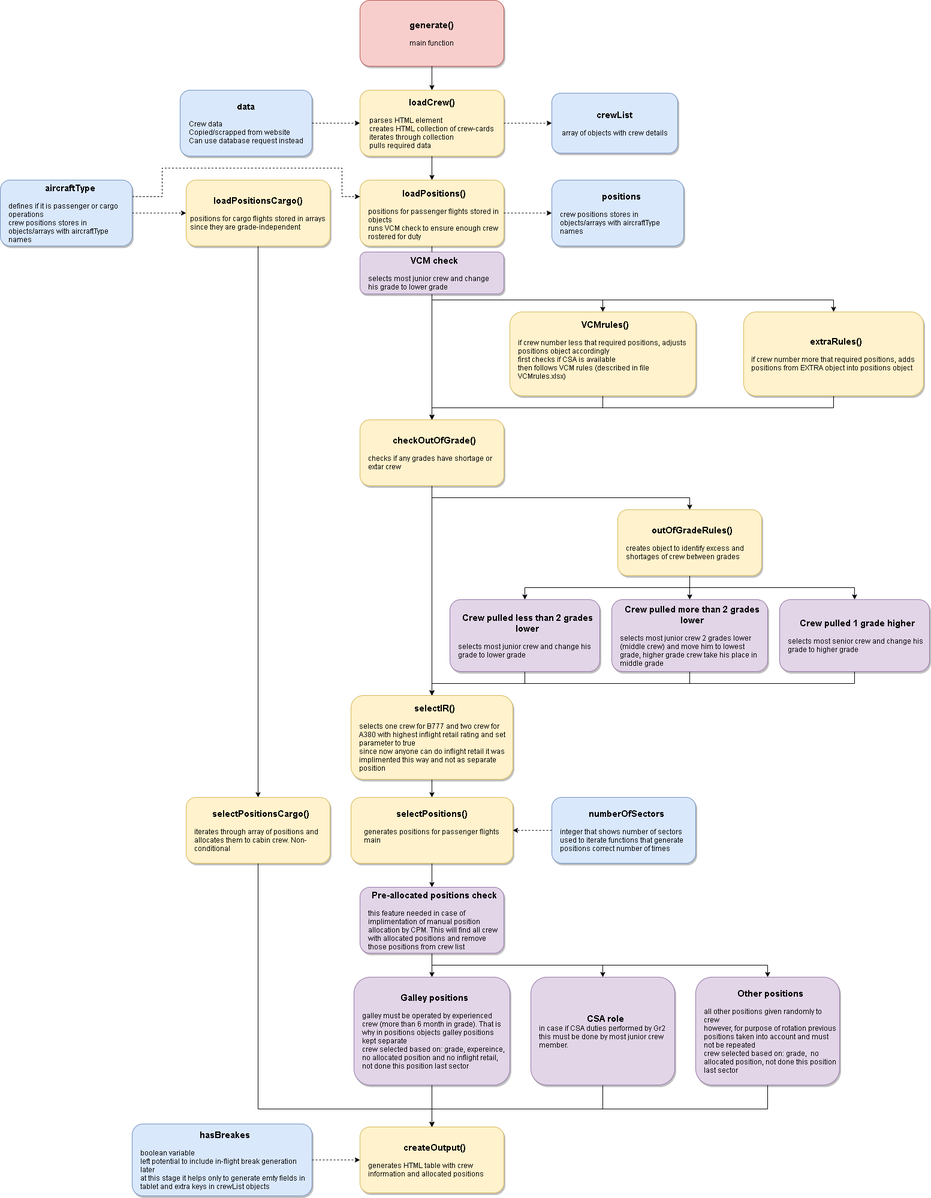
nevtemu/crew-positions keeps this draw.io diagram as src/algorithm.png. Above is the earlier version. Source tidied: cells renumbered, new cells last; positions are measured from the earlier drawing's top-left corner, leaving out a move shared by most shapes.
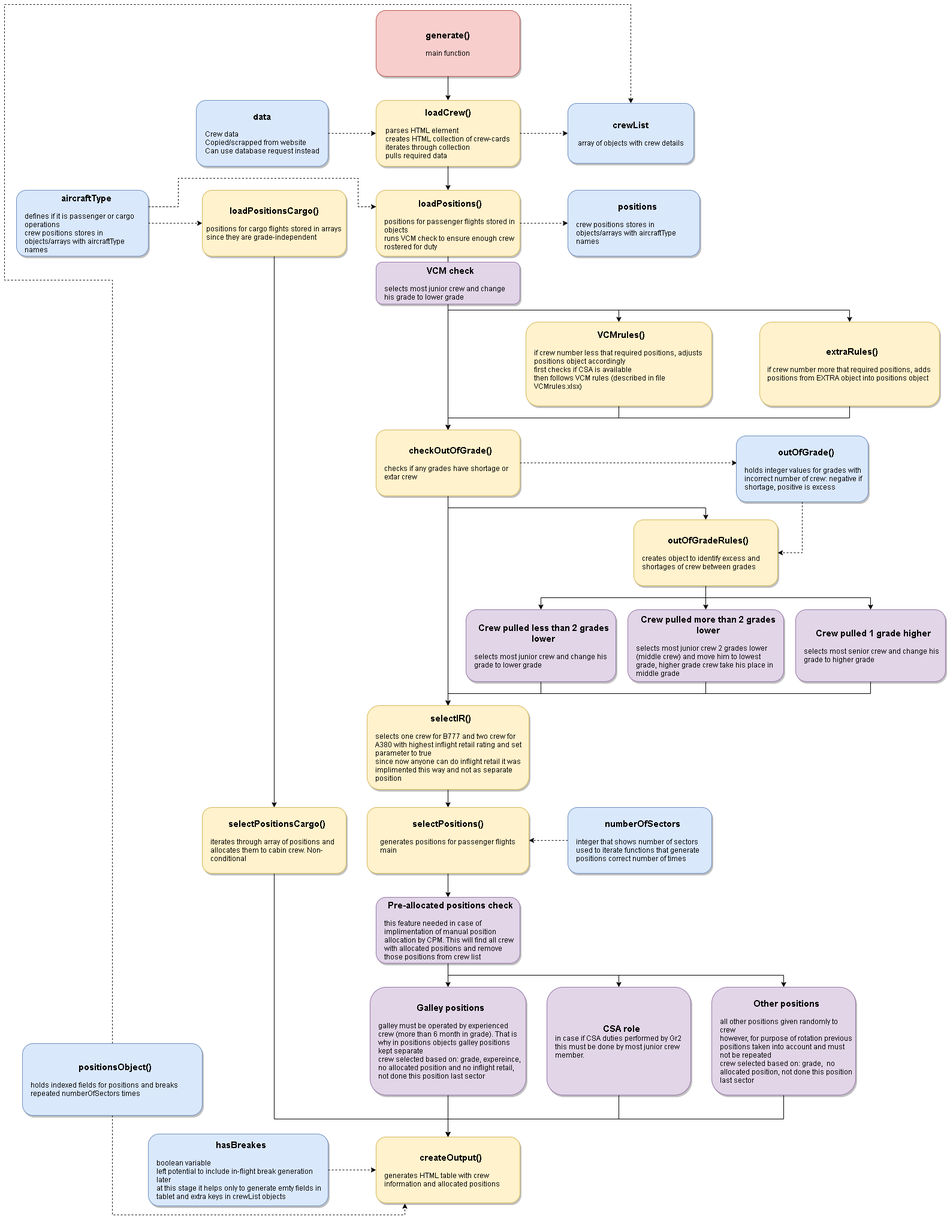
The same file after the commit.

Commit message:
HTML refactor. Diagram updated

Diff of the diagram source:
```diff
@@ -54,6 +54,9 @@
     <mxCell id="15" style="edgeStyle=orthogonalEdgeStyle;rounded=0;jettySize=auto;html=1;exitX=0.5;exitY=1;exitDx=0;exitDy=0;entryX=0.5;entryY=0;entryDx=0;entryDy=0;" parent="1" edge="1" source="16" target="22">
       <mxGeometry relative="1" as="geometry" />
     </mxCell>
+    <mxCell id="60" style="edgeStyle=orthogonalEdgeStyle;rounded=0;jettySize=auto;html=1;exitX=1;exitY=0.5;exitDx=0;exitDy=0;entryX=0.005;entryY=0.409;entryDx=0;entryDy=0;entryPerimeter=0;dashed=1;" parent="1" edge="1" source="16" target="62">
+      <mxGeometry relative="1" as="geometry" />
+    </mxCell>
     <mxCell id="16" value="&lt;b&gt;&lt;font style=&quot;font-size: 15px&quot;&gt;checkOutOfGrade()&lt;/font&gt;&lt;/b&gt;&lt;br&gt;&lt;br&gt;&lt;div style=&quot;text-align: left&quot;&gt;checks if any grades have shortage or extar crew&lt;/div&gt;" style="rounded=1;whiteSpace=wrap;html=1;fillColor=#fff2cc;strokeColor=#d6b656;shadow=1;sketch=0;glass=0;spacingLeft=13;spacingRight=4;" parent="1" vertex="1">
       <mxGeometry x="600" y="700" width="240" height="110" as="geometry" />
     </mxCell>
@@ -215,5 +218,27 @@
     <mxCell id="59" style="edgeStyle=orthogonalEdgeStyle;rounded=0;jettySize=auto;html=1;exitX=1;exitY=0.5;exitDx=0;exitDy=0;entryX=0;entryY=0.5;entryDx=0;entryDy=0;dashed=1;" parent="1" edge="1" source="52" target="54">
       <mxGeometry x="330" y="30" as="geometry" />
     </mxCell>
+    <mxCell id="61" style="edgeStyle=orthogonalEdgeStyle;rounded=0;jettySize=auto;html=1;exitX=0.5;exitY=1;exitDx=0;exitDy=0;entryX=1;entryY=0.5;entryDx=0;entryDy=0;dashed=1;" parent="1" edge="1" source="62" target="22">
+      <mxGeometry relative="1" as="geometry" />
+    </mxCell>
+    <mxCell id="62" value="&lt;font style=&quot;font-size: 15px&quot;&gt;&lt;b&gt;outOfGrade()&lt;/b&gt;&lt;/font&gt;&lt;br&gt;&lt;br&gt;&lt;div style=&quot;text-align: left&quot;&gt;&lt;span&gt;holds integer values for grades with incorrect number of crew: negative if shortage, positive is excess&lt;/span&gt;&lt;br&gt;&lt;/div&gt;" style="rounded=1;whiteSpace=wrap;html=1;fillColor=#dae8fc;strokeColor=#6c8ebf;shadow=1;sketch=0;glass=0;spacingLeft=13;" parent="1" vertex="1">
+      <mxGeometry x="1201" y="710" width="220" height="110" as="geometry" />
+    </mxCell>
+    <mxCell id="63" style="edgeStyle=orthogonalEdgeStyle;rounded=0;jettySize=auto;html=1;exitX=0.5;exitY=1;exitDx=0;exitDy=0;entryX=0.2;entryY=1.009;entryDx=0;entryDy=0;entryPerimeter=0;dashed=1;" parent="1" edge="1" source="65" target="10">
+      <mxGeometry relative="1" as="geometry" />
+    </mxCell>
+    <mxCell id="64" style="edgeStyle=orthogonalEdgeStyle;rounded=0;jettySize=auto;html=1;exitX=0.5;exitY=0;exitDx=0;exitDy=0;entryX=0.5;entryY=0;entryDx=0;entryDy=0;dashed=1;" parent="1" edge="1" source="65" target="45">
+      <mxGeometry relative="1" as="geometry">
+        <Array as="points">
+          <mxPoint x="160" y="450" />
+          <mxPoint x="-20" y="450" />
+          <mxPoint x="-20" y="-10" />
+          <mxPoint x="1025" y="-10" />
+        </Array>
+      </mxGeometry>
+    </mxCell>
+    <mxCell id="65" value="&lt;font style=&quot;font-size: 15px&quot;&gt;&lt;b&gt;positionsObject()&lt;/b&gt;&lt;/font&gt;&lt;br&gt;&lt;br&gt;&lt;div style=&quot;text-align: left&quot;&gt;holds indexed fields for positions and breaks repeated numberOfSectors times&lt;/div&gt;" style="rounded=1;whiteSpace=wrap;html=1;fillColor=#dae8fc;strokeColor=#6c8ebf;shadow=1;sketch=0;glass=0;spacingLeft=13;spacingRight=4;" parent="1" vertex="1">
+      <mxGeometry x="10" y="1724" width="300" height="120" as="geometry" />
+    </mxCell>
   </root>
 </mxGraphModel>
```
